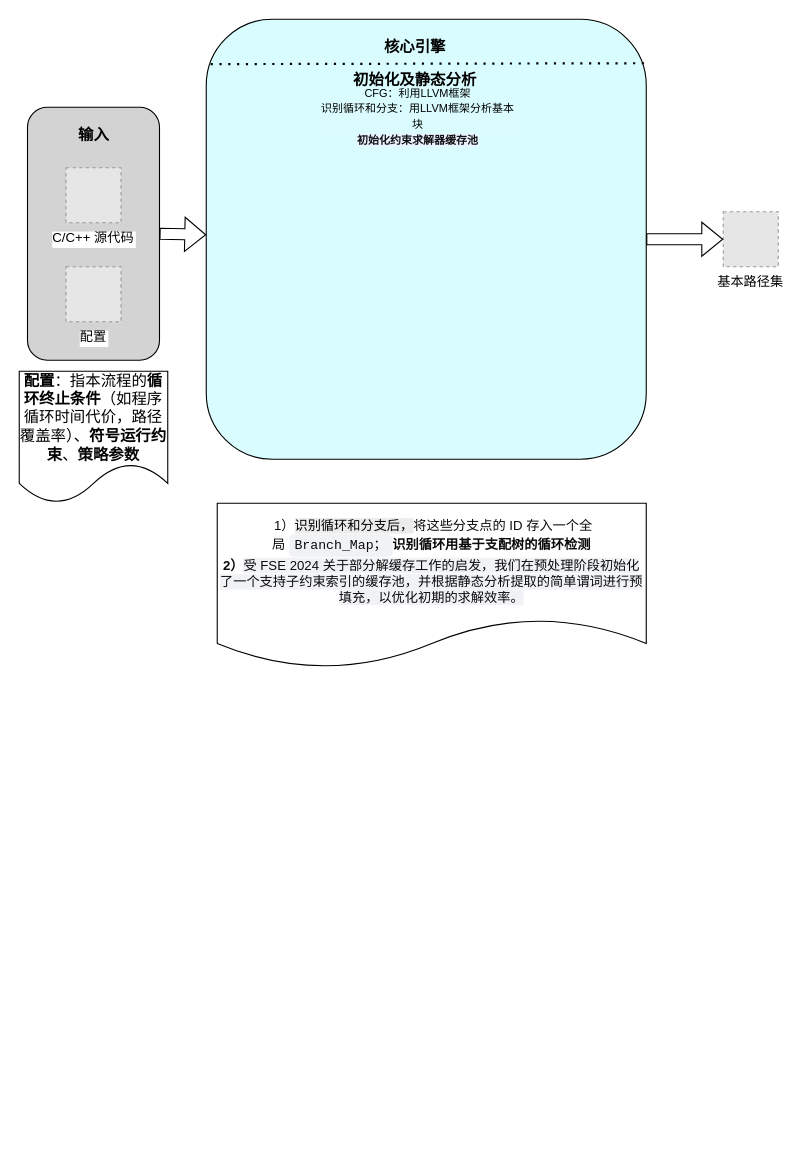
The draw.io diagram 20260329.drawio in William-Practice/William-Practice, before the edit. Source tidied: cells renumbered, new cells numbered last; positions are measured from the earlier drawing's top-left corner, leaving out a move shared by most shapes. Both pictures are drawn from the tidied source at 110%, with x=0, y=0 at pixel (19, 19). Pictures stored in the file or linked from it are replaced by grey dashed boxes.
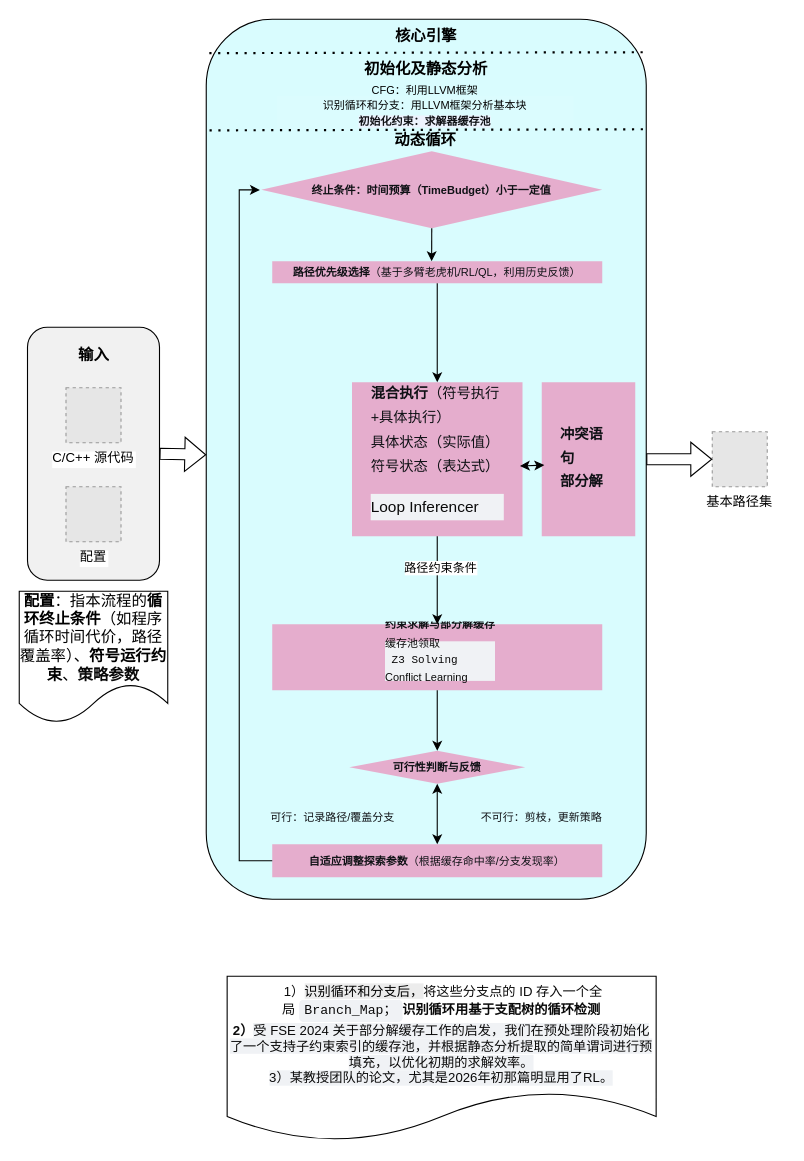
The same diagram, later.

Diff of the diagram source:
```diff
@@
     <mxCell id="2" style="rounded=1;whiteSpace=wrap;html=1;fillColor=light-dark(#B4F9FE80,#B4F9FE80);" parent="1" vertex="1">
-      <mxGeometry x="170" width="400" height="400" as="geometry" />
+      <mxGeometry x="170" width="400" height="800" as="geometry" />
     </mxCell>
     <mxCell id="3" value="&lt;font style=&quot;font-size: 14px;&quot;&gt;&lt;b&gt;配置&lt;/b&gt;：指本流程的&lt;b&gt;循环终止条件&lt;/b&gt;（如程序循环时间代价，路径覆盖率）、&lt;b&gt;符号运行约束&lt;/b&gt;、&lt;span style=&quot;color: rgb(10, 10, 10); font-family: Arial, sans-serif; font-weight: 700; text-align: start; background-color: rgb(255, 255, 255);&quot;&gt;策略参数&lt;/span&gt;&lt;/font&gt;" style="shape=document;whiteSpace=wrap;html=1;boundedLbl=1;" parent="1" vertex="1">
-      <mxGeometry y="320" width="135" height="120" as="geometry" />
+      <mxGeometry y="520" width="135" height="120" as="geometry" />
     </mxCell>
-    <mxCell id="4" style="rounded=1;whiteSpace=wrap;html=1;fillColor=#D3D3D3;" parent="1" vertex="1">
-      <mxGeometry x="7.5" y="80" width="120" height="230" as="geometry" />
+    <mxCell id="4" style="rounded=1;whiteSpace=wrap;html=1;fillColor=#D3D3D250;" parent="1" vertex="1">
+      <mxGeometry x="7.5" y="280" width="120" height="230" as="geometry" />
     </mxCell>
     <mxCell id="5" value="基本路径集" style="fillColor=#E6E6E6;strokeColor=#999999;dashed=1;verticalLabelPosition=bottom;labelBackgroundColor=default;verticalAlign=top;" parent="1" vertex="1">
-      <mxGeometry x="640" y="175" width="50" height="50" as="geometry" />
+      <mxGeometry x="630" y="375" width="50" height="50" as="geometry" />
     </mxCell>
     <mxCell id="6" value="C/C++ 源代码" style="fillColor=#E6E6E6;strokeColor=#999999;dashed=1;verticalLabelPosition=bottom;labelBackgroundColor=default;verticalAlign=top;" parent="1" vertex="1">
-      <mxGeometry x="42.5" y="135" width="50" height="50" as="geometry" />
+      <mxGeometry x="42.5" y="335" width="50" height="50" as="geometry" />
     </mxCell>
     <mxCell id="7" value="配置" style="fillColor=#E6E6E6;strokeColor=#999999;dashed=1;verticalLabelPosition=bottom;labelBackgroundColor=default;verticalAlign=top;" parent="1" vertex="1">
-      <mxGeometry x="42.5" y="225" width="50" height="50" as="geometry" />
+      <mxGeometry x="42.5" y="425" width="50" height="50" as="geometry" />
     </mxCell>
     <mxCell id="8" value="&lt;b&gt;&lt;font style=&quot;font-size: 14px;&quot;&gt;输入&lt;/font&gt;&lt;/b&gt;" style="text;html=1;whiteSpace=wrap;strokeColor=none;fillColor=none;align=center;verticalAlign=middle;rounded=0;" parent="1" vertex="1">
-      <mxGeometry x="37.5" y="90" width="60" height="30" as="geometry" />
+      <mxGeometry x="37.5" y="290" width="60" height="30" as="geometry" />
     </mxCell>
@@
     <mxCell id="10" value="&lt;span style=&quot;font-size: 14px;&quot;&gt;&lt;b&gt;核心引擎&lt;/b&gt;&lt;/span&gt;" style="text;html=1;whiteSpace=wrap;strokeColor=none;fillColor=none;align=center;verticalAlign=middle;rounded=0;" parent="1" vertex="1">
-      <mxGeometry x="330" y="10" width="60" height="30" as="geometry" />
+      <mxGeometry x="340" width="60" height="30" as="geometry" />
     </mxCell>
-    <mxCell id="11" style="endArrow=none;dashed=1;html=1;dashPattern=1 3;strokeWidth=2;rounded=0;entryX=0.003;entryY=0.102;entryDx=0;entryDy=0;entryPerimeter=0;exitX=0.995;exitY=0.1;exitDx=0;exitDy=0;exitPerimeter=0;" parent="1" edge="1" source="2" target="2">
-      <mxGeometry relative="1" as="geometry" />
+    <mxCell id="11" style="endArrow=none;dashed=1;html=1;dashPattern=1 3;strokeWidth=2;rounded=0;entryX=0.003;entryY=0.102;entryDx=0;entryDy=0;entryPerimeter=0;exitX=0.995;exitY=0.1;exitDx=0;exitDy=0;exitPerimeter=0;" parent="1" edge="1">
+      <mxGeometry relative="1" as="geometry">
+        <mxPoint x="566.8" y="30" as="sourcePoint" />
+        <mxPoint x="170" y="30.8" as="targetPoint" />
+      </mxGeometry>
     </mxCell>
     <mxCell id="12" value="&lt;span style=&quot;font-size: 14px;&quot;&gt;&lt;b&gt;初始化及静态分析&lt;/b&gt;&lt;/span&gt;" style="text;html=1;whiteSpace=wrap;strokeColor=none;fillColor=none;align=center;verticalAlign=middle;rounded=0;" parent="1" vertex="1">
-      <mxGeometry x="295" y="40" width="130" height="30" as="geometry" />
+      <mxGeometry x="305" y="30" width="130" height="30" as="geometry" />
     </mxCell>
-    <mxCell id="13" value="&lt;font style=&quot;font-size: 10px;&quot;&gt;CFG：利用LLVM框架&lt;br&gt;识别循环和分支：用LLVM框架分析基本块&lt;br&gt;&lt;span style=&quot;color: rgb(15, 17, 21); font-variant-ligatures: no-contextual; text-align: start; white-space-collapse: preserve; background-color: rgb(237, 243, 254);&quot;&gt;&lt;font face=&quot;Helvetica&quot;&gt;&lt;b&gt;初始化约束求解器缓存池&lt;/b&gt;&lt;/font&gt;&lt;/span&gt;&lt;/font&gt;&lt;br&gt;&lt;div&gt;&lt;br&gt;&lt;/div&gt;" style="text;html=1;whiteSpace=wrap;strokeColor=0;fillColor=#FFFFFF10;align=center;verticalAlign=middle;rounded=0;" parent="1" vertex="1">
-      <mxGeometry x="270" y="80" width="185" height="30" as="geometry" />
+    <mxCell id="13" value="&lt;font style=&quot;font-size: 10px;&quot;&gt;CFG：利用LLVM框架&lt;br&gt;识别循环和分支：用LLVM框架分析基本块&lt;br&gt;&lt;span style=&quot;color: rgb(15, 17, 21); font-variant-ligatures: no-contextual; text-align: start; white-space-collapse: preserve; background-color: rgb(237, 243, 254);&quot;&gt;&lt;font face=&quot;Helvetica&quot;&gt;&lt;b&gt;初始化约束：求解器缓存池&lt;/b&gt;&lt;/font&gt;&lt;/span&gt;&lt;/font&gt;&lt;br&gt;&lt;div&gt;&lt;br&gt;&lt;/div&gt;" style="text;html=1;whiteSpace=wrap;strokeColor=0;fillColor=#FFFFFF10;align=center;verticalAlign=middle;rounded=0;" parent="1" vertex="1">
+      <mxGeometry x="234" y="70" width="270" height="30" as="geometry" />
     </mxCell>
-    <mxCell id="14" value="&lt;font style=&quot;font-size: 12px;&quot;&gt;&lt;font style=&quot;&quot;&gt;&lt;span style=&quot;color: rgb(10, 10, 10); text-align: start; background-color: rgb(255, 255, 255);&quot;&gt;&amp;nbsp;&lt;font style=&quot;&quot;&gt;1）&lt;span style=&quot;color: rgb(0, 0, 0); text-align: center; background-color: rgb(236, 236, 236);&quot;&gt;识别循环和分支后，&lt;/span&gt;将这些分支点的 ID 存入一个全局&amp;nbsp;&lt;/font&gt;&lt;/span&gt;&lt;code dir=&quot;ltr&quot; class=&quot;o8j0Mc&quot; aria-owns=&quot;action-menu-parent-container&quot; style=&quot;line-height: 22px; background-color: rgb(240, 242, 245); border-color: rgb(240, 242, 245); border-style: solid; border-width: 0.606061px; border-image: none 100% / 1 / 0 stretch; border-radius: 4px; padding: 2px 4px; color: rgb(10, 10, 10); text-align: start;&quot;&gt;Branch_Map；&lt;/code&gt;&lt;span style=&quot;color: rgb(10, 10, 10); font-weight: 700; text-align: start; background-color: rgb(255, 255, 255);&quot;&gt;识别循环用基于支配树的&lt;/span&gt;&lt;span class=&quot;Yjhzub&quot; aria-owns=&quot;action-menu-parent-container&quot; style=&quot;font-weight: 700; color: rgb(10, 10, 10); text-align: start; background-color: rgb(255, 255, 255);&quot;&gt;循环检测&lt;br&gt;2）&lt;/span&gt;&lt;/font&gt;&lt;span style=&quot;letter-spacing: 0px; background-color: rgb(240, 242, 245); color: rgb(10, 10, 10); text-align: start;&quot;&gt;受 FSE 2024 关于部分解缓存工作的启发，我们在预处理阶段初始化了一个支持子约束索引的缓存池，并根据静态分析提取的简单谓词进行预填充，以优化初期的求解效率。&lt;/span&gt;&lt;/font&gt;" style="shape=document;whiteSpace=wrap;html=1;boundedLbl=1;" parent="1" vertex="1">
-      <mxGeometry x="180" y="440" width="390" height="150" as="geometry" />
+    <mxCell id="14" value="&lt;font style=&quot;font-size: 12px;&quot;&gt;&lt;font style=&quot;&quot;&gt;&lt;span style=&quot;color: rgb(10, 10, 10); text-align: start; background-color: rgb(255, 255, 255);&quot;&gt;&amp;nbsp;&lt;font style=&quot;&quot;&gt;1）&lt;span style=&quot;color: rgb(0, 0, 0); text-align: center; background-color: rgb(236, 236, 236);&quot;&gt;识别循环和分支后，&lt;/span&gt;将这些分支点的 ID 存入一个全局&amp;nbsp;&lt;/font&gt;&lt;/span&gt;&lt;code dir=&quot;ltr&quot; class=&quot;o8j0Mc&quot; aria-owns=&quot;action-menu-parent-container&quot; style=&quot;line-height: 22px; background-color: rgb(240, 242, 245); border-color: rgb(240, 242, 245); border-style: solid; border-width: 0.606061px; border-image: none 100% / 1 / 0 stretch; border-radius: 4px; padding: 2px 4px; color: rgb(10, 10, 10); text-align: start;&quot;&gt;Branch_Map；&lt;/code&gt;&lt;span style=&quot;color: rgb(10, 10, 10); font-weight: 700; text-align: start; background-color: rgb(255, 255, 255);&quot;&gt;识别循环用基于支配树的&lt;/span&gt;&lt;span class=&quot;Yjhzub&quot; aria-owns=&quot;action-menu-parent-container&quot; style=&quot;font-weight: 700; color: rgb(10, 10, 10); text-align: start; background-color: rgb(255, 255, 255);&quot;&gt;循环检测&lt;br&gt;2）&lt;/span&gt;&lt;/font&gt;&lt;span style=&quot;letter-spacing: 0px; background-color: rgb(240, 242, 245); color: rgb(10, 10, 10); text-align: start;&quot;&gt;受 FSE 2024 关于部分解缓存工作的启发，我们在预处理阶段初始化了一个支持子约束索引的缓存池，并根据静态分析提取的简单谓词进行预填充，以优化初期的求解效率。&lt;br&gt;3）某教授团队的论文，尤其是2026年初那篇明显用了RL。&lt;/span&gt;&lt;/font&gt;" style="shape=document;whiteSpace=wrap;html=1;boundedLbl=1;" parent="1" vertex="1">
+      <mxGeometry x="189" y="870" width="390" height="150" as="geometry" />
     </mxCell>
@@
+    <mxCell id="16" style="endArrow=none;dashed=1;html=1;dashPattern=1 3;strokeWidth=2;rounded=0;entryX=0.003;entryY=0.102;entryDx=0;entryDy=0;entryPerimeter=0;exitX=0.995;exitY=0.1;exitDx=0;exitDy=0;exitPerimeter=0;" parent="1" edge="1">
+      <mxGeometry relative="1" as="geometry">
+        <mxPoint x="567" y="100" as="sourcePoint" />
+        <mxPoint x="170" y="101" as="targetPoint" />
+      </mxGeometry>
+    </mxCell>
+    <mxCell id="17" style="edgeStyle=orthogonalEdgeStyle;rounded=0;jettySize=auto;html=1;" parent="1" edge="1" source="18" target="19">
+      <mxGeometry relative="1" as="geometry" />
+    </mxCell>
+    <mxCell id="18" value="&lt;pre style=&quot;font-variant-numeric: normal; font-variant-east-asian: normal; font-variant-alternates: normal; font-size-adjust: none; font-language-override: normal; font-kerning: auto; font-optical-sizing: auto; font-feature-settings: normal; font-variation-settings: normal; font-variant-position: normal; font-variant-emoji: normal; font-stretch: normal; line-height: 22px; overflow: auto; text-wrap-mode: wrap; word-break: break-all; padding: 16px; color: rgb(15, 17, 21); text-align: start; margin: 0px !important;&quot;&gt;&lt;font face=&quot;Helvetica&quot; style=&quot;font-size: 10px;&quot;&gt;&lt;b&gt;路径优先级选择&lt;/b&gt;（基于多臂老虎机/RL/QL，利用历史反馈）&lt;/font&gt;&lt;font face=&quot;Menlo, Monaco, Consolas, Cascadia Mono, Ubuntu Mono, DejaVu Sans Mono, Liberation Mono, JetBrains Mono, Fira Code, Cousine, Roboto Mono, Courier New, Courier, sans-serif, system-ui&quot; style=&quot;font-size: 13px;&quot;&gt;&lt;br&gt;&lt;/font&gt;&lt;/pre&gt;" style="text;html=1;whiteSpace=wrap;strokeColor=0;fillColor=#FF006050;align=center;verticalAlign=middle;rounded=0;" parent="1" vertex="1">
+      <mxGeometry x="230" y="220" width="300" height="20" as="geometry" />
+    </mxCell>
+    <mxCell id="19" value="&lt;pre style=&quot;font-variant-numeric: normal; font-variant-east-asian: normal; font-variant-alternates: normal; font-size-adjust: none; font-language-override: normal; font-kerning: auto; font-optical-sizing: auto; font-feature-settings: normal; font-variation-settings: normal; font-variant-position: normal; font-variant-emoji: normal; font-stretch: normal; font-size: 13px; overflow: auto; text-wrap-mode: wrap; word-break: break-all; padding: 0px 16px; color: rgb(15, 17, 21); text-align: start; margin: 0px !important; line-height: 160%;&quot;&gt;&lt;font face=&quot;Helvetica&quot;&gt;&lt;b&gt;混合执行&lt;/b&gt;（符号执行+具体执行）&lt;br&gt;具体状态（实际值）&lt;br&gt;符号状态（表达式）&lt;br&gt;&lt;/font&gt;&lt;pre style=&quot;color: rgb(10, 10, 10); font-size: 14px; background-color: rgb(240, 242, 245); line-height: 160%;&quot;&gt;&lt;code&gt;&lt;font face=&quot;Helvetica&quot;&gt;Loop Inferencer &lt;/font&gt;&lt;/code&gt;&lt;/pre&gt;&lt;/pre&gt;" style="text;html=1;whiteSpace=wrap;strokeColor=0;fillColor=#FF006050;align=center;verticalAlign=middle;rounded=0;" parent="1" vertex="1">
+      <mxGeometry x="302.5" y="330" width="155" height="140" as="geometry" />
+    </mxCell>
+    <mxCell id="20" value="&lt;pre style=&quot;font-variant-numeric: normal; font-variant-east-asian: normal; font-variant-alternates: normal; font-size-adjust: none; font-language-override: normal; font-kerning: auto; font-optical-sizing: auto; font-feature-settings: normal; font-variation-settings: normal; font-variant-position: normal; font-variant-emoji: normal; font-stretch: normal; line-height: 22px; overflow: auto; text-wrap-mode: wrap; word-break: break-all; padding: 16px; color: rgb(15, 17, 21); text-align: start; margin: 0px !important;&quot;&gt;&lt;pre style=&quot;font-variant-numeric: normal; font-variant-east-asian: normal; font-variant-alternates: normal; font-variant-position: normal; font-variant-emoji: normal; font-size-adjust: none; font-language-override: normal; font-kerning: auto; font-optical-sizing: auto; font-feature-settings: normal; font-variation-settings: normal; font-stretch: normal; line-height: 22px; overflow: auto; text-wrap-mode: wrap; word-break: break-all; padding: 16px; color: rgb(15, 17, 21); margin: 0px !important;&quot;&gt;&lt;font face=&quot;Helvetica&quot; style=&quot;font-size: 10px;&quot;&gt;&lt;b&gt;自适应调整探索参数&lt;/b&gt;（根据缓存命中率/分支发现率）&lt;/font&gt;&lt;/pre&gt;&lt;/pre&gt;" style="text;html=1;whiteSpace=wrap;strokeColor=0;fillColor=#FF006050;align=center;verticalAlign=middle;rounded=0;" parent="1" vertex="1">
+      <mxGeometry x="230" y="750" width="300" height="30" as="geometry" />
+    </mxCell>
+    <mxCell id="21" value="&lt;pre style=&quot;color: rgb(15, 17, 21); font-variant-numeric: normal; font-variant-east-asian: normal; font-variant-alternates: normal; font-variant-position: normal; font-variant-emoji: normal; text-align: start; font-size-adjust: none; font-language-override: normal; font-kerning: auto; font-optical-sizing: auto; font-feature-settings: normal; font-variation-settings: normal; font-stretch: normal; line-height: 22px; overflow: auto; text-wrap-mode: wrap; word-break: break-all; padding: 16px; margin: 0px !important;&quot;&gt;&lt;font face=&quot;Helvetica&quot; style=&quot;font-size: 10px;&quot;&gt;&lt;b&gt;可行性判断与反馈&lt;/b&gt;&lt;/font&gt;&lt;/pre&gt;" style="rhombus;whiteSpace=wrap;html=1;fillColor=#FF006050;strokeColor=0;gradientColor=none;rounded=0;" parent="1" vertex="1">
+      <mxGeometry x="300" y="665" width="160" height="30" as="geometry" />
+    </mxCell>
+    <mxCell id="22" value="&lt;pre style=&quot;font-variant-numeric: normal; font-variant-east-asian: normal; font-variant-alternates: normal; font-size-adjust: none; font-language-override: normal; font-kerning: auto; font-optical-sizing: auto; font-feature-settings: normal; font-variation-settings: normal; font-variant-position: normal; font-variant-emoji: normal; font-stretch: normal; line-height: 22px; overflow: auto; text-wrap-mode: wrap; word-break: break-all; padding: 16px; color: rgb(15, 17, 21); text-align: start; margin: 0px !important;&quot;&gt;&lt;pre style=&quot;font-variant-numeric: normal; font-variant-east-asian: normal; font-variant-alternates: normal; font-variant-position: normal; font-variant-emoji: normal; font-size-adjust: none; font-language-override: normal; font-kerning: auto; font-optical-sizing: auto; font-feature-settings: normal; font-variation-settings: normal; font-stretch: normal; line-height: 22px; overflow: auto; text-wrap-mode: wrap; word-break: break-all; padding: 16px; color: rgb(15, 17, 21); margin: 0px !important;&quot;&gt;&lt;pre style=&quot;font-variant-numeric: normal; font-variant-east-asian: normal; font-variant-alternates: normal; font-size-adjust: none; font-language-override: normal; font-kerning: auto; font-optical-sizing: auto; font-feature-settings: normal; font-variation-settings: normal; font-variant-position: normal; font-variant-emoji: normal; font-stretch: normal; overflow: auto; text-wrap-mode: wrap; word-break: break-all; padding: 0px 10px 0px 16px; margin-top: 0px; margin-right: 0px !important; margin-bottom: 0px !important; margin-left: 0px !important; line-height: 50%;&quot;&gt;&lt;b&gt;&lt;font face=&quot;Helvetica&quot; style=&quot;font-size: 10px; line-height: 50%;&quot;&gt;约束求解与部分解缓存&lt;br&gt;&lt;/font&gt;&lt;/b&gt;&lt;pre style=&quot;color: rgb(10, 10, 10); background-color: rgb(240, 242, 245);&quot;&gt;&lt;code&gt;&lt;font face=&quot;Helvetica&quot; style=&quot;font-size: 10px; line-height: 50%;&quot;&gt;&lt;pre&gt;缓存池领取&lt;br&gt;&lt;pre&gt;&lt;code&gt; Z3 Solving   &lt;/code&gt;&lt;/pre&gt;&lt;/pre&gt;Conflict Learning&lt;/font&gt;&lt;/code&gt;&lt;/pre&gt;&lt;/pre&gt;&lt;/pre&gt;&lt;/pre&gt;" style="text;html=1;whiteSpace=wrap;strokeColor=0;fillColor=#FF006050;align=center;verticalAlign=middle;rounded=0;" parent="1" vertex="1">
+      <mxGeometry x="230" y="550" width="300" height="60" as="geometry" />
+    </mxCell>
+    <mxCell id="23" style="endArrow=classic;startArrow=classic;html=1;rounded=0;entryX=0.5;entryY=1;entryDx=0;entryDy=0;exitX=0.5;exitY=0;exitDx=0;exitDy=0;" parent="1" edge="1" source="20" target="21">
+      <mxGeometry relative="1" as="geometry" />
+    </mxCell>
+    <mxCell id="24" value="&lt;pre style=&quot;font-variant-numeric: normal; font-variant-east-asian: normal; font-variant-alternates: normal; font-variant-position: normal; font-variant-emoji: normal; font-size-adjust: none; font-language-override: normal; font-kerning: auto; font-optical-sizing: auto; font-feature-settings: normal; font-variation-settings: normal; font-stretch: normal; line-height: 22px; overflow: auto; text-wrap-mode: wrap; word-break: break-all; padding: 16px; color: rgb(15, 17, 21); text-align: start; margin: 0px !important;&quot;&gt;&lt;font face=&quot;Helvetica&quot; style=&quot;font-size: 10px;&quot;&gt;可行：记录路径/覆盖分支&lt;/font&gt;&lt;/pre&gt;" style="text;html=1;whiteSpace=wrap;strokeColor=none;fillColor=none;align=center;verticalAlign=middle;rounded=0;" parent="1" vertex="1">
+      <mxGeometry x="210" y="715" width="150" height="20" as="geometry" />
+    </mxCell>
+    <mxCell id="25" value="&lt;pre style=&quot;font-variant-numeric: normal; font-variant-east-asian: normal; font-variant-alternates: normal; font-variant-position: normal; font-variant-emoji: normal; font-size-adjust: none; font-language-override: normal; font-kerning: auto; font-optical-sizing: auto; font-feature-settings: normal; font-variation-settings: normal; font-stretch: normal; line-height: 22px; overflow: auto; text-wrap-mode: wrap; word-break: break-all; padding: 16px; color: rgb(15, 17, 21); text-align: start; margin: 0px !important;&quot;&gt;&lt;font face=&quot;Helvetica&quot; style=&quot;font-size: 10px;&quot;&gt;不可行：剪枝，更新策略&lt;/font&gt;&lt;/pre&gt;" style="text;html=1;whiteSpace=wrap;strokeColor=none;fillColor=none;align=center;verticalAlign=middle;rounded=0;" parent="1" vertex="1">
+      <mxGeometry x="400" y="717.5" width="150" height="15" as="geometry" />
+    </mxCell>
+    <mxCell id="26" value="&lt;span style=&quot;font-size: 14px;&quot;&gt;&lt;b&gt;动态循环&lt;/b&gt;&lt;/span&gt;" style="text;html=1;whiteSpace=wrap;strokeColor=none;fillColor=none;align=center;verticalAlign=middle;rounded=0;" parent="1" vertex="1">
+      <mxGeometry x="334.5" y="100" width="69" height="20" as="geometry" />
+    </mxCell>
+    <mxCell id="27" style="endArrow=classic;html=1;rounded=0;exitX=0;exitY=0.5;exitDx=0;exitDy=0;entryX=-0.004;entryY=0.502;entryDx=0;entryDy=0;entryPerimeter=0;" parent="1" edge="1" source="20" target="28">
+      <mxGeometry relative="1" as="geometry">
+        <Array as="points">
+          <mxPoint x="200" y="765" />
+          <mxPoint x="200" y="690" />
+          <mxPoint x="200" y="640" />
+          <mxPoint x="200" y="380" />
+          <mxPoint x="200" y="155" />
+        </Array>
+      </mxGeometry>
+    </mxCell>
+    <mxCell id="28" value="&lt;pre style=&quot;color: rgb(15, 17, 21); font-variant-numeric: normal; font-variant-east-asian: normal; font-variant-alternates: normal; font-variant-position: normal; font-variant-emoji: normal; text-align: start; font-size-adjust: none; font-language-override: normal; font-kerning: auto; font-optical-sizing: auto; font-feature-settings: normal; font-variation-settings: normal; font-stretch: normal; line-height: 22px; overflow: auto; text-wrap-mode: wrap; word-break: break-all; padding: 16px; margin: 0px !important;&quot;&gt;&lt;font face=&quot;Helvetica&quot; style=&quot;font-size: 10px;&quot;&gt;&lt;b&gt;终止条件：时间预算（TimeBudget）小于一定值&lt;/b&gt;&lt;/font&gt;&lt;/pre&gt;" style="rhombus;whiteSpace=wrap;html=1;fillColor=#FF006050;strokeColor=0;gradientColor=none;rounded=0;" parent="1" vertex="1">
+      <mxGeometry x="220" y="120" width="310" height="70" as="geometry" />
+    </mxCell>
+    <mxCell id="29" style="edgeStyle=orthogonalEdgeStyle;rounded=0;jettySize=auto;html=1;exitX=0.5;exitY=1;exitDx=0;exitDy=0;entryX=0.483;entryY=0;entryDx=0;entryDy=0;entryPerimeter=0;" parent="1" edge="1" source="28" target="18">
+      <mxGeometry relative="1" as="geometry" />
+    </mxCell>
+    <mxCell id="30" style="edgeStyle=orthogonalEdgeStyle;rounded=0;jettySize=auto;html=1;exitX=0.5;exitY=1;exitDx=0;exitDy=0;" parent="1" edge="1" source="19" target="22">
+      <mxGeometry relative="1" as="geometry" />
+    </mxCell>
+    <mxCell id="31" value="路径约束条件" style="edgeLabel;html=1;align=center;verticalAlign=middle;" parent="30" vertex="1">
+      <mxGeometry x="-0.31" y="2" relative="1" as="geometry" />
+    </mxCell>
+    <mxCell id="32" style="edgeStyle=orthogonalEdgeStyle;rounded=0;jettySize=auto;html=1;exitX=0.5;exitY=1;exitDx=0;exitDy=0;entryX=0.5;entryY=0;entryDx=0;entryDy=0;" parent="1" edge="1" source="22" target="21">
+      <mxGeometry relative="1" as="geometry" />
+    </mxCell>
+    <mxCell id="33" value="&lt;pre style=&quot;font-variant-numeric: normal; font-variant-east-asian: normal; font-variant-alternates: normal; font-size-adjust: none; font-language-override: normal; font-kerning: auto; font-optical-sizing: auto; font-feature-settings: normal; font-variation-settings: normal; font-variant-position: normal; font-variant-emoji: normal; font-stretch: normal; font-size: 13px; overflow: auto; text-wrap-mode: wrap; word-break: break-all; padding: 0px 16px; color: rgb(15, 17, 21); text-align: start; line-height: 160%; margin: 0px !important;&quot;&gt;&lt;font face=&quot;Helvetica&quot;&gt;&lt;b&gt;冲突语句&lt;br&gt;部分解&lt;/b&gt;&lt;/font&gt;&lt;/pre&gt;" style="text;html=1;whiteSpace=wrap;strokeColor=0;fillColor=#FF006050;align=center;verticalAlign=middle;rounded=0;" parent="1" vertex="1">
+      <mxGeometry x="475" y="330" width="85" height="140" as="geometry" />
+    </mxCell>
+    <mxCell id="34" style="endArrow=classic;startArrow=classic;html=1;rounded=0;entryX=0.985;entryY=0.544;entryDx=0;entryDy=0;exitX=0.027;exitY=0.538;exitDx=0;exitDy=0;entryPerimeter=0;exitPerimeter=0;" parent="1" edge="1" source="33" target="19">
+      <mxGeometry relative="1" as="geometry" />
+    </mxCell>
```
